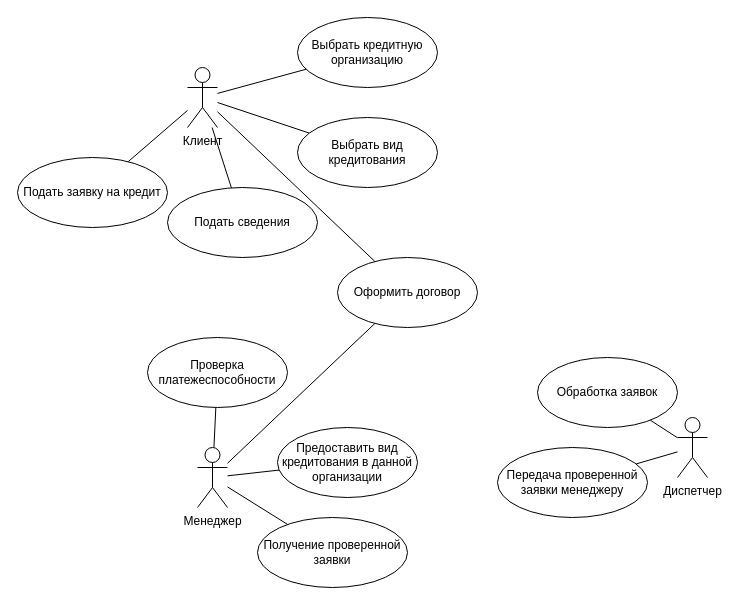
Above: Use Case.drawio in sothug/Loan-applications (draw.io), before the change. Source tidied: cells renumbered, new cells numbered last; positions are measured from the earlier drawing's top-left corner, leaving out a move shared by most shapes. Both pictures are drawn from the tidied source at 100%, with x=0, y=0 at pixel (17, 17).
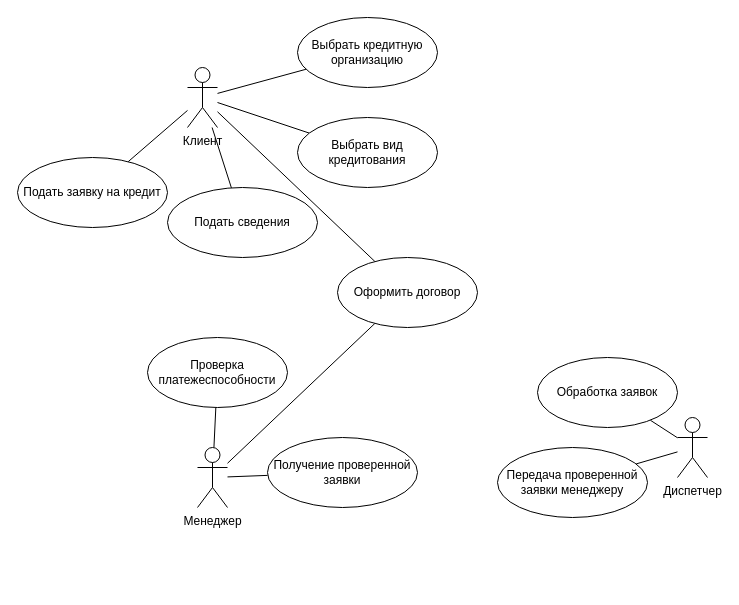
Above is the later version.

Unchanged cells that the change refers to:
```xml
<mxCell id="14" value="Менеджер" style="shape=umlActor;verticalLabelPosition=bottom;verticalAlign=top;html=1;" parent="1" vertex="1">
  <mxGeometry x="180" y="430" width="30" height="60" as="geometry" />
</mxCell>
```

Diff of the diagram source:
```diff
@@
-    <mxCell id="11" style="edgeStyle=none;rounded=0;jettySize=auto;html=1;endArrow=none;endFill=0;" parent="1" edge="1" source="14" target="18">
-      <mxGeometry relative="1" as="geometry" />
-    </mxCell>
@@
-    <mxCell id="18" value="Предоставить вид кредитования в данной организации" style="ellipse;whiteSpace=wrap;html=1;" parent="1" vertex="1">
-      <mxGeometry x="260" y="410" width="140" height="70" as="geometry" />
-    </mxCell>
@@
     <mxCell id="25" value="Получение проверенной заявки" style="ellipse;whiteSpace=wrap;html=1;" parent="1" vertex="1">
-      <mxGeometry x="240" y="500" width="150" height="70" as="geometry" />
+      <mxGeometry x="250" y="420" width="150" height="70" as="geometry" />
     </mxCell>
```
